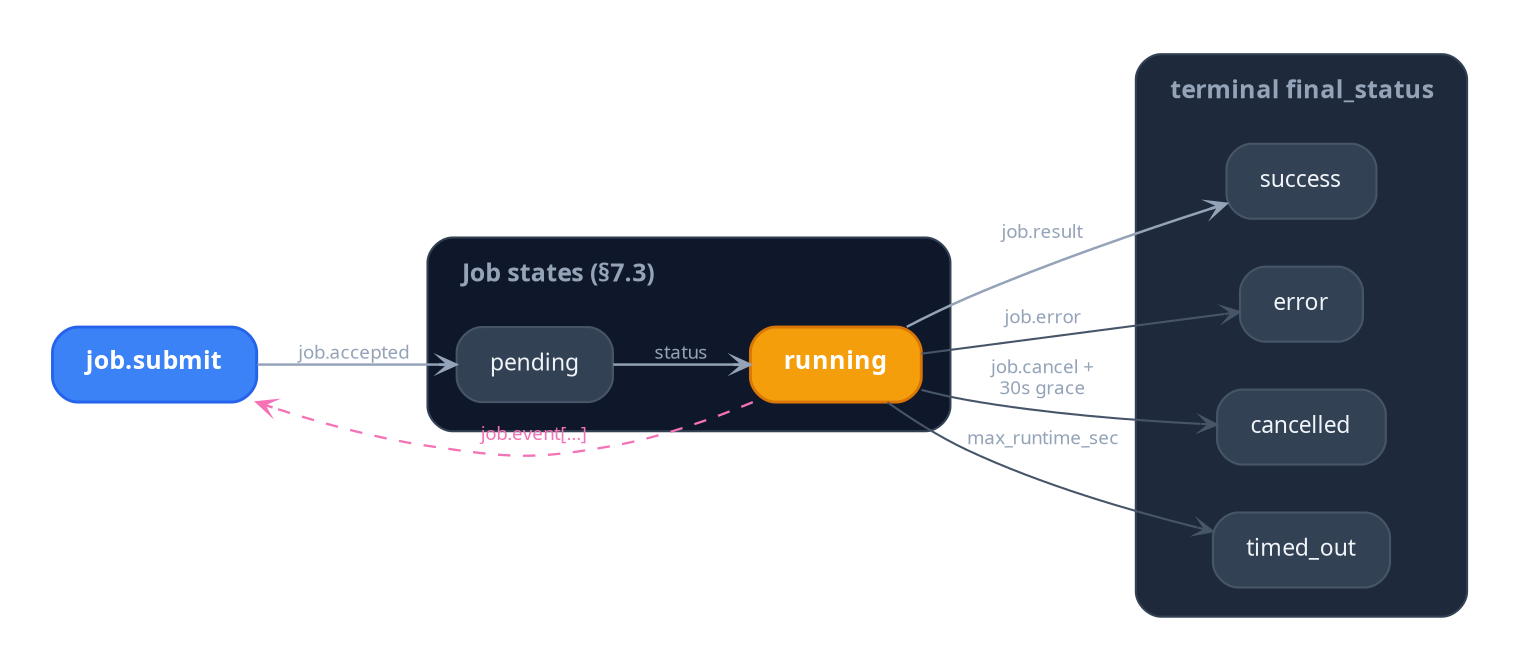
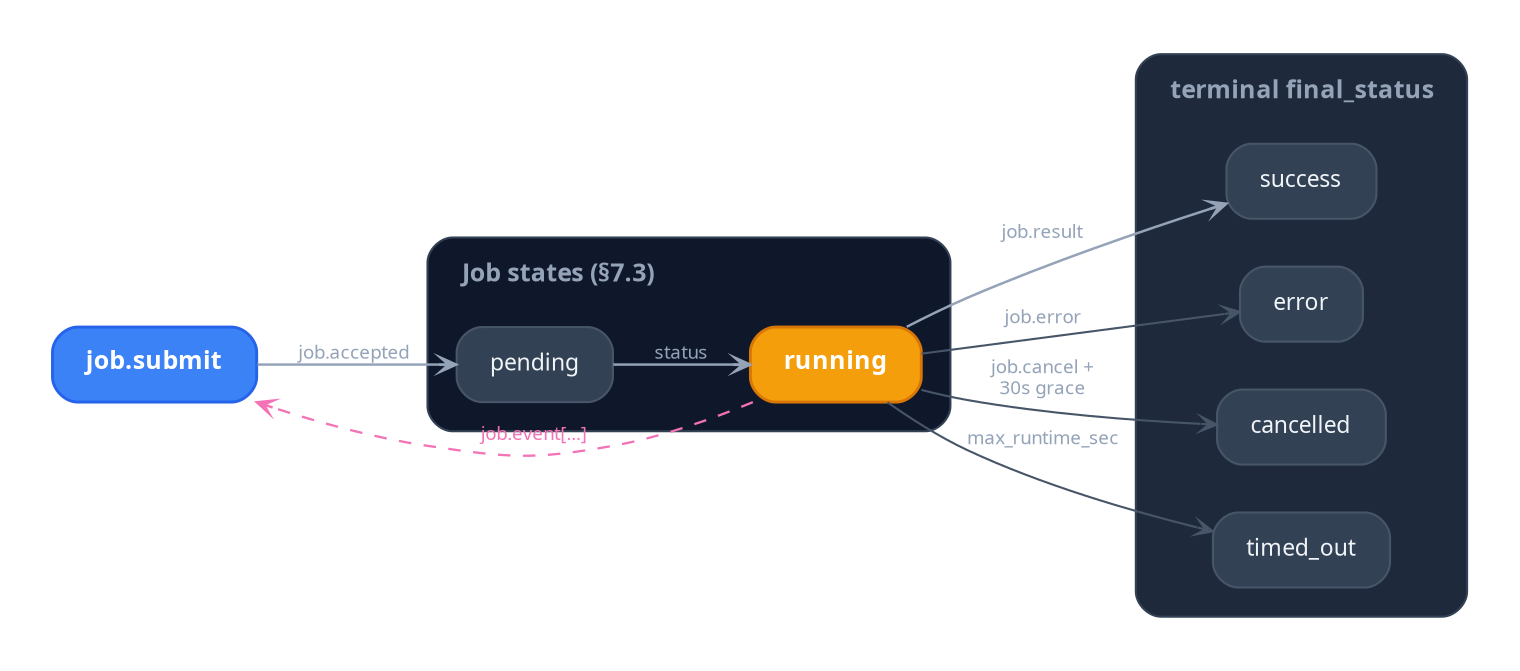
digraph ARCPJobLifecycle {
  rankdir=LR;
  bgcolor="transparent";
  compound=true;
  fontname="TT Commons Pro Trial";
  splines=spline;
  nodesep=0.32;
  ranksep=0.55;
  pad="0.35,0.25";

  node [
    shape=box,
    style="rounded,filled",
    fillcolor="#334155",
    color="#475569",
    fontname="TT Commons Pro Trial",
    fontsize=11,
    fontcolor="#F1F5F9",
    margin="0.22,0.11",
    penwidth=1.0
  ];

  edge [
    fontname="TT Commons Pro Trial",
    fontsize=9,
    fontcolor="#94A3B8",
    color="#64748B",
    penwidth=1.1,
    arrowsize=0.75,
    arrowhead=vee
  ];

  Submit [
    label=<<FONT POINT-SIZE="12"><B>job.submit</B></FONT>>,
    fillcolor="#3B82F6", color="#2563EB",
    fontcolor="white", penwidth=1.4
  ];

  subgraph cluster_states {
    label=<<TABLE BORDER="0" CELLBORDER="0" CELLPADDING="0" CELLSPACING="0"><TR><TD COLSPAN="3" HEIGHT="8"></TD></TR><TR><TD WIDTH="8"></TD><TD><FONT POINT-SIZE="12"><B>Job states (§7.3)</B></FONT></TD><TD WIDTH="8"></TD></TR></TABLE>>;
    style="rounded,filled";
    fillcolor="#0F172A";
    color="#334155";
    fontname="TT Commons Pro Trial";
    fontcolor="#94A3B8";
    margin=14;
    labeljust=l;
    penwidth=1.0;

    Pending [label="pending"];

    Running [
      label=<<FONT POINT-SIZE="12"><B>running</B></FONT>>,
      fillcolor="#F59E0B", color="#D97706",
      fontcolor="white", penwidth=1.4
    ];
  }

  subgraph cluster_terminal {
    label=<<TABLE BORDER="0" CELLBORDER="0" CELLPADDING="0" CELLSPACING="0"><TR><TD COLSPAN="3" HEIGHT="8"></TD></TR><TR><TD WIDTH="8"></TD><TD><FONT POINT-SIZE="12"><B>terminal final_status</B></FONT></TD><TD WIDTH="8"></TD></TR></TABLE>>;
    style="rounded,filled";
    fillcolor="#1E293B";
    color="#334155";
    fontname="TT Commons Pro Trial";
    fontcolor="#94A3B8";
    margin=14;
    labeljust=l;
    penwidth=1.0;

    Success   [label="success"];
    ErrorEnd  [label="error"];
    Cancelled [label="cancelled"];
    TimedOut  [label="timed_out"];
  }

  edge [color="#94A3B8", penwidth=1.2];
  Submit  -> Pending [label="job.accepted"];
  Pending -> Running [label="status"];
  Running -> Success [label="job.result"];

  edge [color="#475569", penwidth=1.0];
  Running -> ErrorEnd  [label="job.error"];
  Running -> Cancelled [label="job.cancel +\n30s grace"];
  Running -> TimedOut  [label="max_runtime_sec"];

  Running -> Submit [
    style=dashed, color="#F472B6", penwidth=1.1,
    constraint=false,
-     label=<<FONT COLOR="#F472B6">job.event[…]</FONT>>, fontsize=9
+     label=<<FONT COLOR="#F472B6">job.event[...]</FONT>>, fontsize=9
  ];
}
